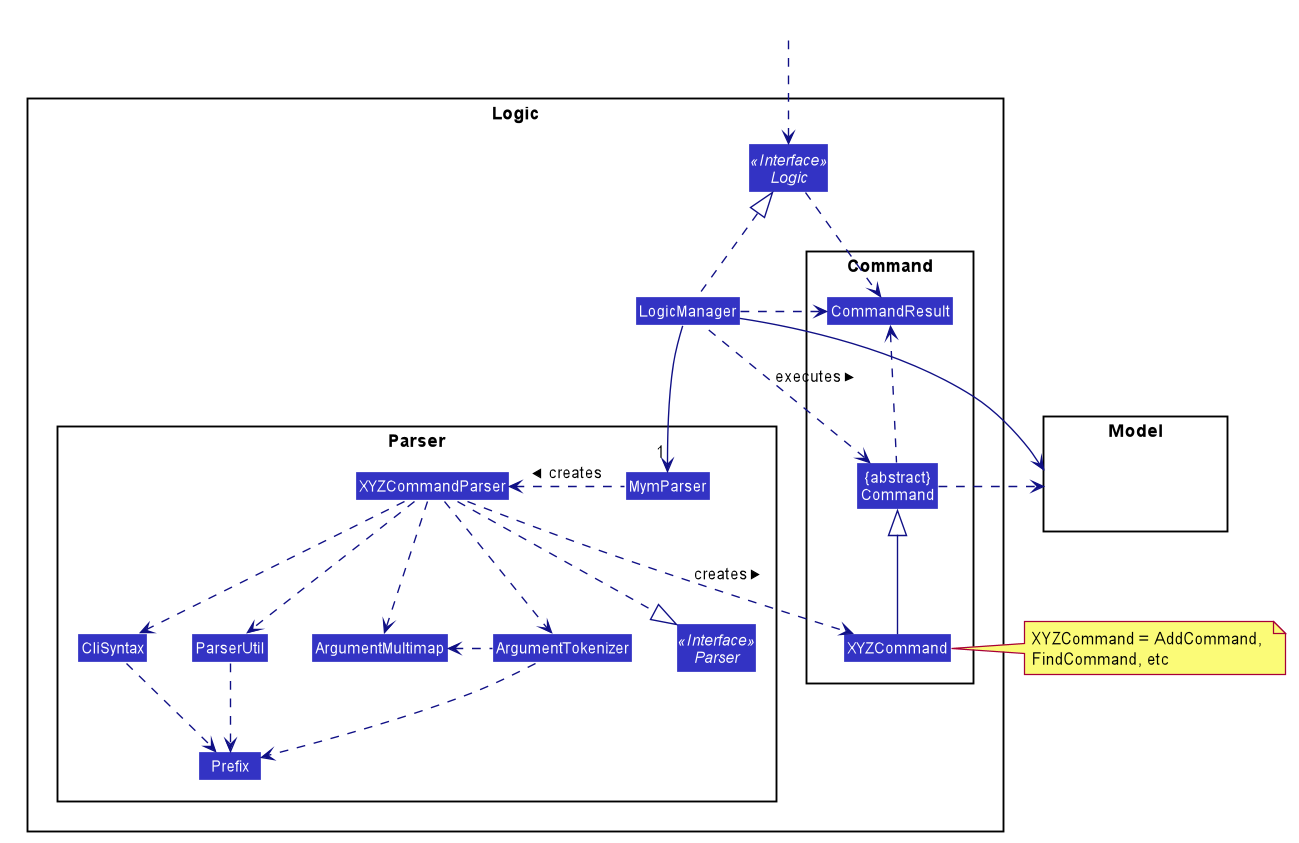
AY1920S1-CS2103-T14-4/main keeps this PlantUML diagram as images/LogicClassDiagram.png. Above is the earlier version.
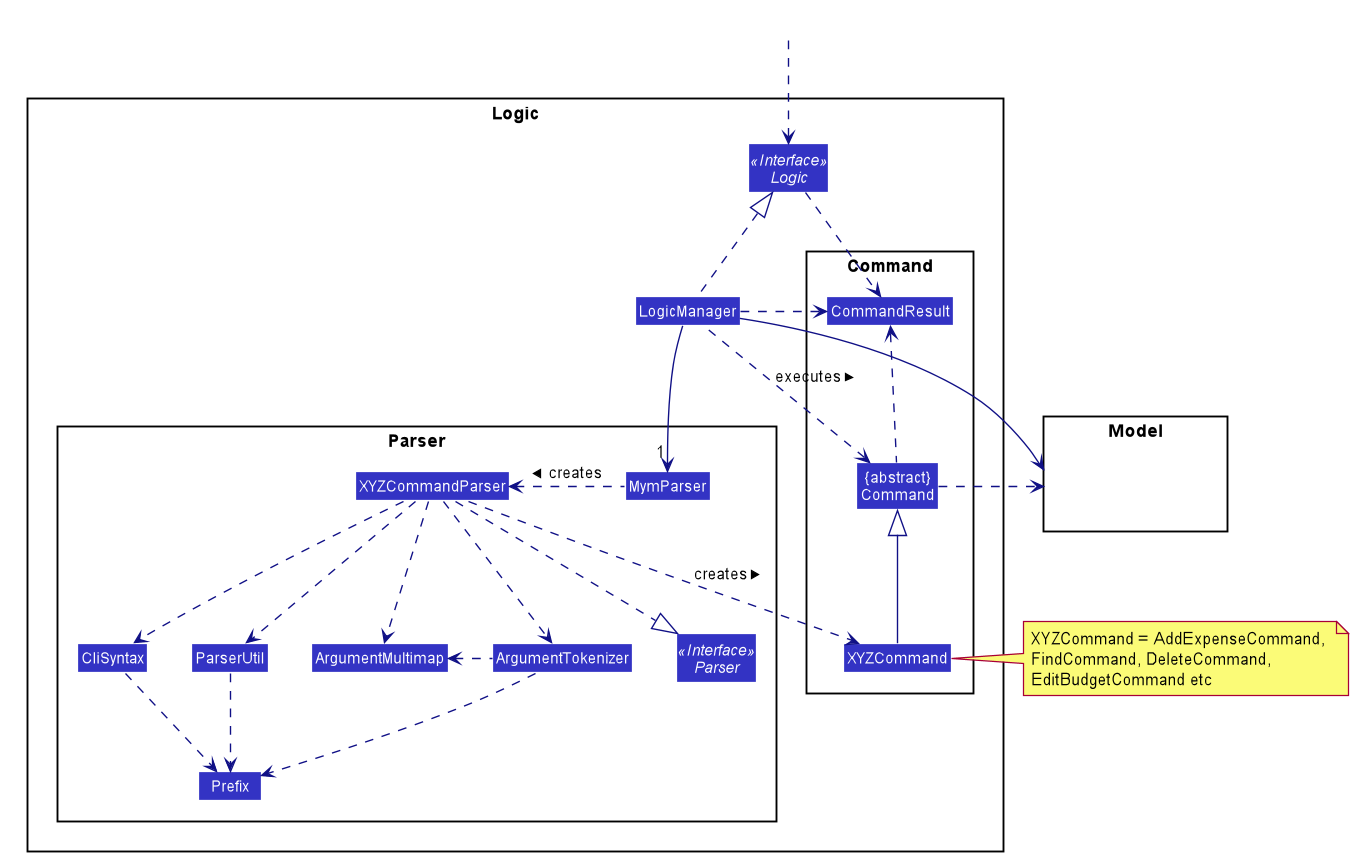
After the commit.

Diff of the diagram source:
```diff
@@ -100,7 +100,7 @@
 
 LogicManager --> Model
 Command .right.> Model
-note right of XYZCommand: XYZCommand = AddCommand, \nFindCommand, etc
+note right of XYZCommand: XYZCommand = AddExpenseCommand, \nFindCommand, DeleteCommand, \nEditBudgetCommand etc
 
 Logic ..> CommandResult
 LogicManager .down.> CommandResult
```
